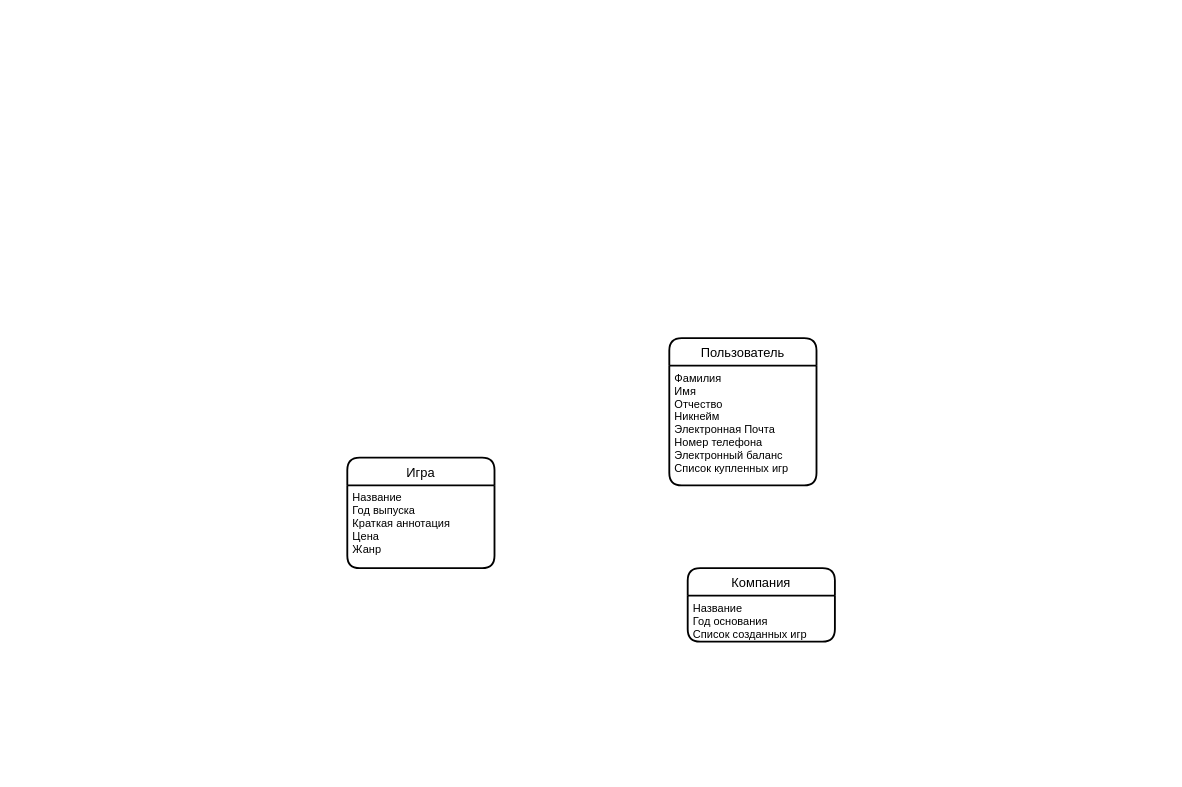
Above: KursovayaDiarama.drawio in Dorialean/Diagrams (draw.io), before the change. Source tidied: cells renumbered, new cells numbered last; positions are measured from the earlier drawing's top-left corner, leaving out a move shared by most shapes. Both pictures are drawn from the tidied source at 92%, with x=0, y=0 at pixel (347, 338).
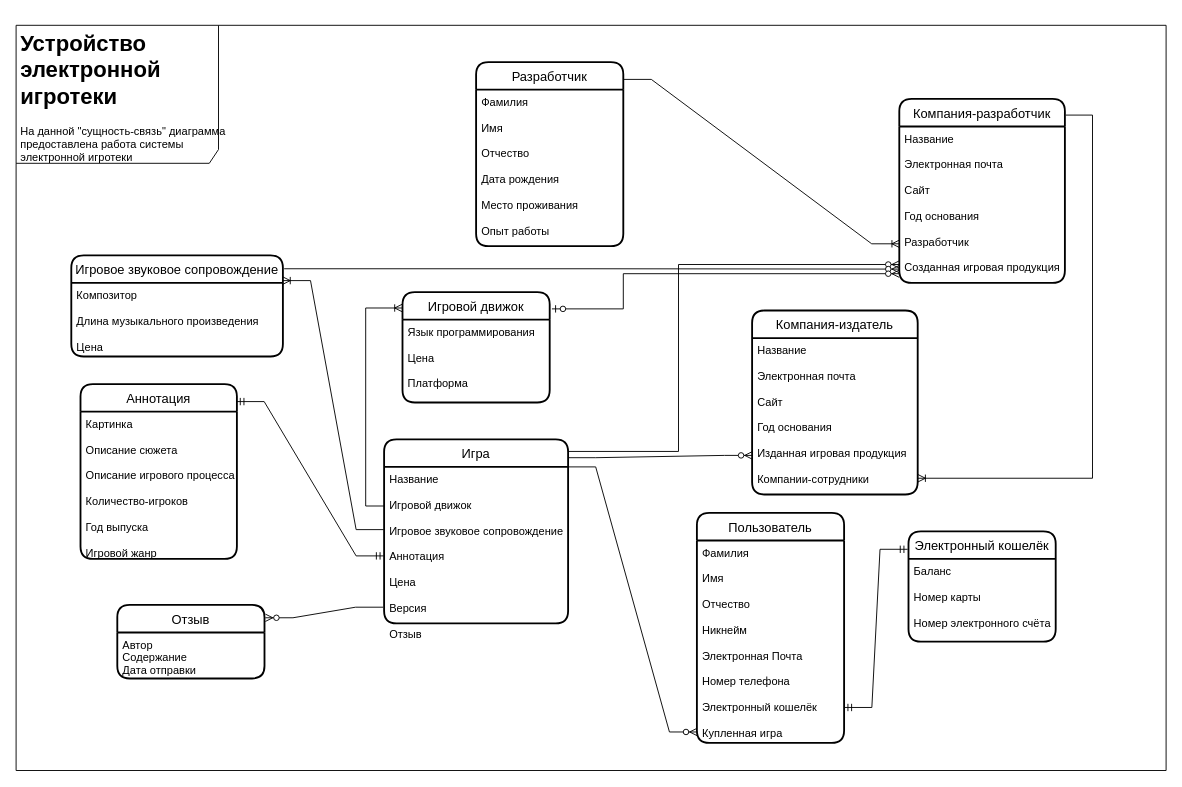
Above is the later version.

Diff of the diagram source:
```diff
@@
     <mxCell id="2" value="Игра" style="swimlane;horizontal=1;startSize=30;rounded=1;fontSize=14;fontStyle=0;strokeWidth=2;shadow=0;dashed=0;align=center;" parent="1" vertex="1">
-      <mxGeometry y="130" width="160" height="120" as="geometry" />
+      <mxGeometry x="40" y="110" width="200" height="200" as="geometry" />
     </mxCell>
-    <mxCell id="3" value="Название&#10;Год выпуска&#10;Краткая аннотация&#10;Цена&#10;Жанр" style="align=left;strokeColor=none;fillColor=none;spacingLeft=4;fontSize=12;verticalAlign=top;" parent="2" vertex="1">
-      <mxGeometry y="30" width="160" height="90" as="geometry" />
+    <mxCell id="3" value="Название&#10;&#10;Игровой движок&#10;&#10;Игровое звуковое сопровождение&#10;&#10;Аннотация&#10;&#10;Цена&#10;&#10;Версия&#10;&#10;Отзыв" style="align=left;strokeColor=none;fillColor=none;spacingLeft=4;fontSize=12;verticalAlign=top;" parent="2" vertex="1">
+      <mxGeometry y="30" width="200" height="170" as="geometry" />
     </mxCell>
     <mxCell id="4" value="Пользователь" style="swimlane;horizontal=1;startSize=30;rounded=1;fontSize=14;fontStyle=0;strokeWidth=2;shadow=0;dashed=0;align=center;" parent="1" vertex="1">
-      <mxGeometry x="350" width="160" height="160" as="geometry" />
+      <mxGeometry x="380" y="190" width="160" height="250" as="geometry" />
     </mxCell>
-    <mxCell id="5" value="Фамилия&#10;Имя&#10;Отчество&#10;Никнейм&#10;Электронная Почта&#10;Номер телефона&#10;Электронный баланс&#10;Список купленных игр&#10;" style="align=left;strokeColor=none;fillColor=none;spacingLeft=4;fontSize=12;verticalAlign=top;" parent="4" vertex="1">
-      <mxGeometry y="30" width="160" height="130" as="geometry" />
+    <mxCell id="5" value="Фамилия&#10;&#10;Имя&#10;&#10;Отчество&#10;&#10;Никнейм&#10;&#10;Электронная Почта&#10;&#10;Номер телефона&#10;&#10;Электронный кошелёк&#10;&#10;Купленная игра&#10;" style="align=left;strokeColor=none;fillColor=none;spacingLeft=4;fontSize=12;verticalAlign=top;" parent="4" vertex="1">
+      <mxGeometry y="30" width="160" height="220" as="geometry" />
     </mxCell>
-    <mxCell id="6" value="Компания" style="swimlane;horizontal=1;startSize=30;rounded=1;fontSize=14;fontStyle=0;strokeWidth=2;shadow=0;dashed=0;align=center;" parent="1" vertex="1">
-      <mxGeometry x="370" y="250" width="160" height="80" as="geometry" />
+    <mxCell id="6" value="Компания-издатель" style="swimlane;horizontal=1;startSize=30;rounded=1;fontSize=14;fontStyle=0;strokeWidth=2;shadow=0;dashed=0;align=center;" parent="1" vertex="1">
+      <mxGeometry x="440" y="-30" width="180" height="200" as="geometry" />
     </mxCell>
-    <mxCell id="7" value="Название&#10;Год основания&#10;Список созданных игр" style="align=left;strokeColor=none;fillColor=none;spacingLeft=4;fontSize=12;verticalAlign=top;" parent="6" vertex="1">
-      <mxGeometry y="30" width="160" height="50" as="geometry" />
+    <mxCell id="7" value="Название&#10;&#10;Электронная почта&#10;&#10;Сайт&#10;&#10;Год основания&#10;&#10;Изданная игровая продукция&#10;&#10;Компании-сотрудники" style="align=left;strokeColor=none;fillColor=none;spacingLeft=4;fontSize=12;verticalAlign=top;" parent="6" vertex="1">
+      <mxGeometry y="30" width="180" height="170" as="geometry" />
     </mxCell>
+    <mxCell id="8" style="edgeStyle=entityRelationEdgeStyle;fontSize=12;html=1;endArrow=ERzeroToMany;endFill=1;rounded=0;exitX=1;exitY=0;exitDx=0;exitDy=0;exitPerimeter=0;entryX=0.001;entryY=0.946;entryDx=0;entryDy=0;entryPerimeter=0;" parent="1" edge="1" source="3" target="5">
+      <mxGeometry relative="1" as="geometry" />
+    </mxCell>
+    <mxCell id="9" style="edgeStyle=entityRelationEdgeStyle;fontSize=12;html=1;endArrow=ERzeroToMany;endFill=1;rounded=0;entryX=0;entryY=0.75;entryDx=0;entryDy=0;" parent="1" edge="1" target="7">
+      <mxGeometry relative="1" as="geometry">
+        <mxPoint x="240" y="130" as="sourcePoint" />
+      </mxGeometry>
+    </mxCell>
+    <mxCell id="10" value="Отзыв" style="swimlane;horizontal=1;startSize=30;rounded=1;fontSize=14;fontStyle=0;strokeWidth=2;shadow=0;dashed=0;align=center;" parent="1" vertex="1">
+      <mxGeometry x="-250" y="290" width="160" height="80" as="geometry" />
+    </mxCell>
+    <mxCell id="11" value="Автор&#10;Содержание&#10;Дата отправки" style="align=left;strokeColor=none;fillColor=none;spacingLeft=4;fontSize=12;verticalAlign=top;" parent="10" vertex="1">
+      <mxGeometry y="30" width="160" height="50" as="geometry" />
+    </mxCell>
+    <mxCell id="12" style="edgeStyle=entityRelationEdgeStyle;fontSize=12;html=1;endArrow=ERzeroToMany;endFill=1;rounded=0;entryX=1.006;entryY=0.175;entryDx=0;entryDy=0;entryPerimeter=0;exitX=-0.005;exitY=0.897;exitDx=0;exitDy=0;exitPerimeter=0;" parent="1" edge="1" source="3" target="10">
+      <mxGeometry relative="1" as="geometry" />
+    </mxCell>
+    <mxCell id="13" value="Компания-разработчик" style="swimlane;horizontal=1;startSize=30;rounded=1;fontSize=14;fontStyle=0;strokeWidth=2;shadow=0;dashed=0;align=center;" parent="1" vertex="1">
+      <mxGeometry x="600" y="-260" width="180" height="200" as="geometry" />
+    </mxCell>
+    <mxCell id="14" value="Название&#10;&#10;Электронная почта&#10;&#10;Сайт&#10;&#10;Год основания&#10;&#10;Разработчик&#10;&#10;Созданная игровая продукция&#10;" style="align=left;strokeColor=none;fillColor=none;spacingLeft=4;fontSize=12;verticalAlign=top;" parent="13" vertex="1">
+      <mxGeometry y="30" width="180" height="170" as="geometry" />
+    </mxCell>
+    <mxCell id="15" style="edgeStyle=elbowEdgeStyle;fontSize=12;html=1;endArrow=ERoneToMany;rounded=0;entryX=1.002;entryY=0.896;entryDx=0;entryDy=0;entryPerimeter=0;exitX=1.005;exitY=0.088;exitDx=0;exitDy=0;exitPerimeter=0;" parent="1" edge="1" source="13" target="7">
+      <mxGeometry relative="1" as="geometry">
+        <Array as="points">
+          <mxPoint x="810" y="-50" />
+        </Array>
+      </mxGeometry>
+    </mxCell>
+    <mxCell id="16" style="edgeStyle=elbowEdgeStyle;fontSize=12;html=1;endArrow=ERzeroToMany;endFill=1;rounded=0;exitX=0.999;exitY=0.066;exitDx=0;exitDy=0;exitPerimeter=0;" parent="1" edge="1" source="2">
+      <mxGeometry relative="1" as="geometry">
+        <mxPoint x="600" y="-80" as="targetPoint" />
+        <Array as="points">
+          <mxPoint x="360" y="20" />
+        </Array>
+      </mxGeometry>
+    </mxCell>
+    <mxCell id="17" value="Электронный кошелёк" style="swimlane;horizontal=1;startSize=30;rounded=1;fontSize=14;fontStyle=0;strokeWidth=2;shadow=0;dashed=0;align=center;" parent="1" vertex="1">
+      <mxGeometry x="610" y="210" width="160" height="120" as="geometry" />
+    </mxCell>
+    <mxCell id="18" value="Баланс&#10;&#10;Номер карты&#10;&#10;Номер электронного счёта&#10;" style="align=left;strokeColor=none;fillColor=none;spacingLeft=4;fontSize=12;verticalAlign=top;" parent="17" vertex="1">
+      <mxGeometry y="30" width="160" height="90" as="geometry" />
+    </mxCell>
+    <mxCell id="19" style="edgeStyle=entityRelationEdgeStyle;fontSize=12;html=1;endArrow=ERmandOne;startArrow=ERmandOne;rounded=0;entryX=1.001;entryY=0.825;entryDx=0;entryDy=0;exitX=-0.006;exitY=0.163;exitDx=0;exitDy=0;exitPerimeter=0;entryPerimeter=0;" parent="1" edge="1" source="17" target="5">
+      <mxGeometry relative="1" as="geometry" />
+    </mxCell>
+    <mxCell id="20" value="Разработчик" style="swimlane;horizontal=1;startSize=30;rounded=1;fontSize=14;fontStyle=0;strokeWidth=2;shadow=0;dashed=0;align=center;" parent="1" vertex="1">
+      <mxGeometry x="140" y="-300" width="160" height="200" as="geometry" />
+    </mxCell>
+    <mxCell id="21" value="Фамилия&#10;&#10;Имя&#10;&#10;Отчество&#10;&#10;Дата рождения&#10;&#10;Место проживания&#10;&#10;Опыт работы" style="align=left;strokeColor=none;fillColor=none;spacingLeft=4;fontSize=12;verticalAlign=top;" parent="20" vertex="1">
+      <mxGeometry y="30" width="160" height="170" as="geometry" />
+    </mxCell>
+    <mxCell id="22" style="edgeStyle=entityRelationEdgeStyle;fontSize=12;html=1;endArrow=ERoneToMany;rounded=0;entryX=0;entryY=0.75;entryDx=0;entryDy=0;exitX=1.003;exitY=0.094;exitDx=0;exitDy=0;exitPerimeter=0;" parent="1" edge="1" source="20" target="14">
+      <mxGeometry relative="1" as="geometry" />
+    </mxCell>
+    <mxCell id="23" value="Аннотация" style="swimlane;horizontal=1;startSize=30;rounded=1;fontSize=14;fontStyle=0;strokeWidth=2;shadow=0;dashed=0;align=center;" parent="1" vertex="1">
+      <mxGeometry x="-290" y="50" width="170" height="190" as="geometry" />
+    </mxCell>
+    <mxCell id="24" value="Картинка&#10;&#10;Описание сюжета&#10;&#10;Описание игрового процесса&#10;&#10;Количество-игроков&#10;&#10;Год выпуска&#10;&#10;Игровой жанр" style="align=left;strokeColor=none;fillColor=none;spacingLeft=4;fontSize=12;verticalAlign=top;" parent="23" vertex="1">
+      <mxGeometry y="30" width="170" height="160" as="geometry" />
+    </mxCell>
+    <mxCell id="25" style="edgeStyle=entityRelationEdgeStyle;fontSize=12;html=1;endArrow=ERmandOne;startArrow=ERmandOne;rounded=0;entryX=0.998;entryY=0.1;entryDx=0;entryDy=0;entryPerimeter=0;exitX=-0.002;exitY=0.569;exitDx=0;exitDy=0;exitPerimeter=0;" parent="1" edge="1" source="3" target="23">
+      <mxGeometry relative="1" as="geometry" />
+    </mxCell>
+    <mxCell id="26" value="Игровое звуковое сопровождение" style="swimlane;horizontal=1;startSize=30;rounded=1;fontSize=14;fontStyle=0;strokeWidth=2;shadow=0;dashed=0;align=center;" parent="1" vertex="1">
+      <mxGeometry x="-300" y="-90" width="230" height="110" as="geometry" />
+    </mxCell>
+    <mxCell id="27" value="Композитор&#10;&#10;Длина музыкального произведения&#10;&#10;Цена" style="align=left;strokeColor=none;fillColor=none;spacingLeft=4;fontSize=12;verticalAlign=top;" parent="26" vertex="1">
+      <mxGeometry y="30" width="230" height="80" as="geometry" />
+    </mxCell>
+    <mxCell id="28" style="group;" parent="1" vertex="1">
+      <mxGeometry x="-360" y="-340" width="1250" height="810" as="geometry" />
+    </mxCell>
+    <mxCell id="29" style="group;" parent="28" vertex="1">
+      <mxGeometry width="1250" height="810" as="geometry" />
+    </mxCell>
+    <mxCell id="30" style="shape=umlFrame;whiteSpace=wrap;html=1;width=220;height=150;" parent="29" vertex="1">
+      <mxGeometry width="1250" height="810" as="geometry" />
+    </mxCell>
+    <mxCell id="31" value="&lt;h1&gt;Устройство электронной игротеки&lt;/h1&gt;&lt;p&gt;На данной &quot;сущность-связь&quot; диаграмма предоставлена работа системы электронной игротеки&lt;/p&gt;" style="text;html=1;strokeColor=none;fillColor=none;spacing=5;spacingTop=-20;whiteSpace=wrap;overflow=hidden;rounded=0;" parent="29" vertex="1">
+      <mxGeometry width="241.6" height="172.1" as="geometry" />
+    </mxCell>
+    <mxCell id="32" style="edgeStyle=elbowEdgeStyle;fontSize=12;html=1;endArrow=ERzeroToMany;endFill=1;rounded=0;exitX=1.006;exitY=0.133;exitDx=0;exitDy=0;exitPerimeter=0;" parent="1" edge="1" source="26">
+      <mxGeometry relative="1" as="geometry">
+        <mxPoint x="600" y="-75" as="targetPoint" />
+      </mxGeometry>
+    </mxCell>
+    <mxCell id="33" style="edgeStyle=entityRelationEdgeStyle;fontSize=12;html=1;endArrow=ERoneToMany;rounded=0;exitX=-0.002;exitY=0.401;exitDx=0;exitDy=0;entryX=1;entryY=0.25;entryDx=0;entryDy=0;exitPerimeter=0;" parent="1" edge="1" source="3" target="26">
+      <mxGeometry relative="1" as="geometry" />
+    </mxCell>
+    <mxCell id="34" value="Игровой движок" style="swimlane;horizontal=1;startSize=30;rounded=1;fontSize=14;fontStyle=0;strokeWidth=2;shadow=0;dashed=0;align=center;" parent="1" vertex="1">
+      <mxGeometry x="60" y="-50" width="160" height="120" as="geometry" />
+    </mxCell>
+    <mxCell id="35" value="Язык программирования&#10;&#10;Цена&#10;&#10;Платформа" style="align=left;strokeColor=none;fillColor=none;spacingLeft=4;fontSize=12;verticalAlign=top;" parent="34" vertex="1">
+      <mxGeometry y="30" width="160" height="90" as="geometry" />
+    </mxCell>
+    <mxCell id="36" style="edgeStyle=elbowEdgeStyle;fontSize=12;html=1;endArrow=ERoneToMany;rounded=0;exitX=0;exitY=0.25;exitDx=0;exitDy=0;entryX=-0.003;entryY=0.144;entryDx=0;entryDy=0;entryPerimeter=0;" parent="1" edge="1" source="3" target="34">
+      <mxGeometry relative="1" as="geometry">
+        <Array as="points">
+          <mxPoint x="20" y="70" />
+        </Array>
+      </mxGeometry>
+    </mxCell>
+    <mxCell id="37" style="edgeStyle=elbowEdgeStyle;fontSize=12;html=1;endArrow=ERzeroToMany;startArrow=ERzeroToOne;rounded=0;exitX=1.015;exitY=0.152;exitDx=0;exitDy=0;exitPerimeter=0;" parent="1" edge="1" source="34">
+      <mxGeometry relative="1" as="geometry">
+        <mxPoint x="600" y="-70" as="targetPoint" />
+        <Array as="points">
+          <mxPoint x="300" y="-40" />
+        </Array>
+      </mxGeometry>
+    </mxCell>
```
